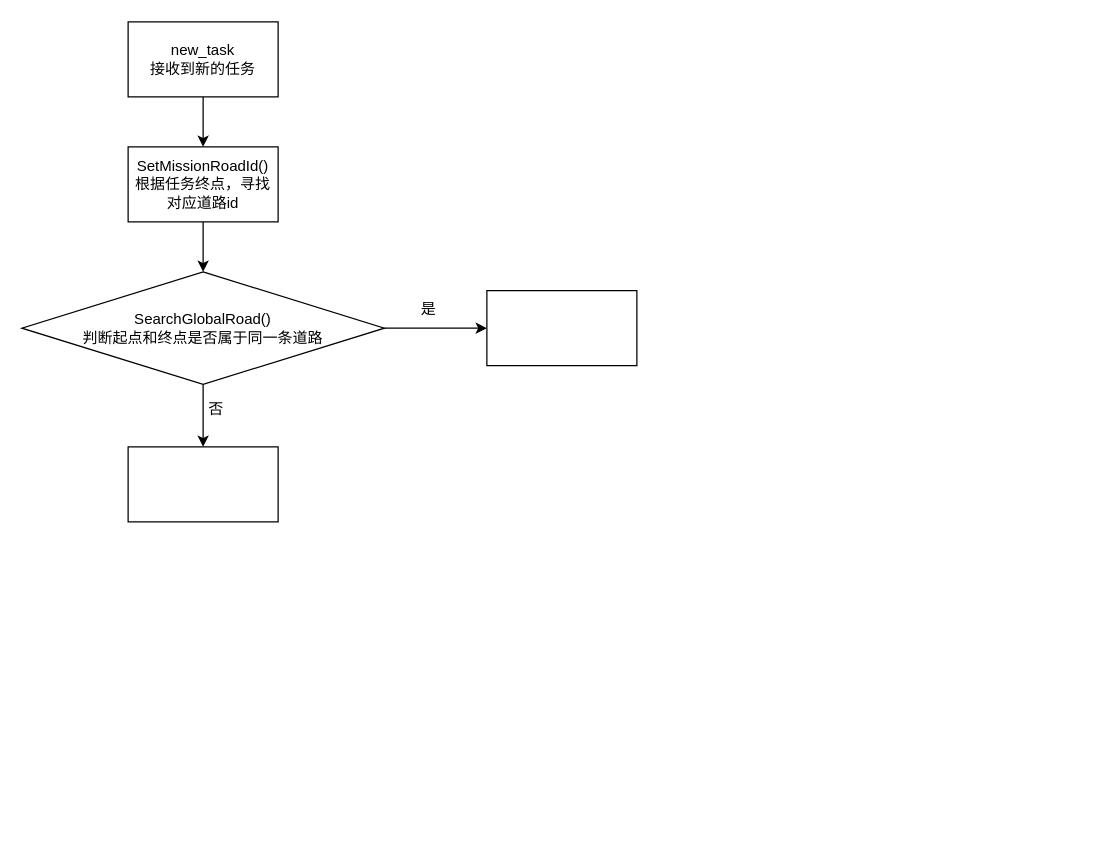
geerniya/draw_io keeps this draw.io diagram as mapengine2.drawio. Above is the earlier version. Source tidied: cells renumbered, new cells numbered last; positions are measured from the earlier drawing's top-left corner, leaving out a move shared by most shapes. Both pictures are drawn from the tidied source at 125%, with x=0, y=0 at pixel (21, 21).
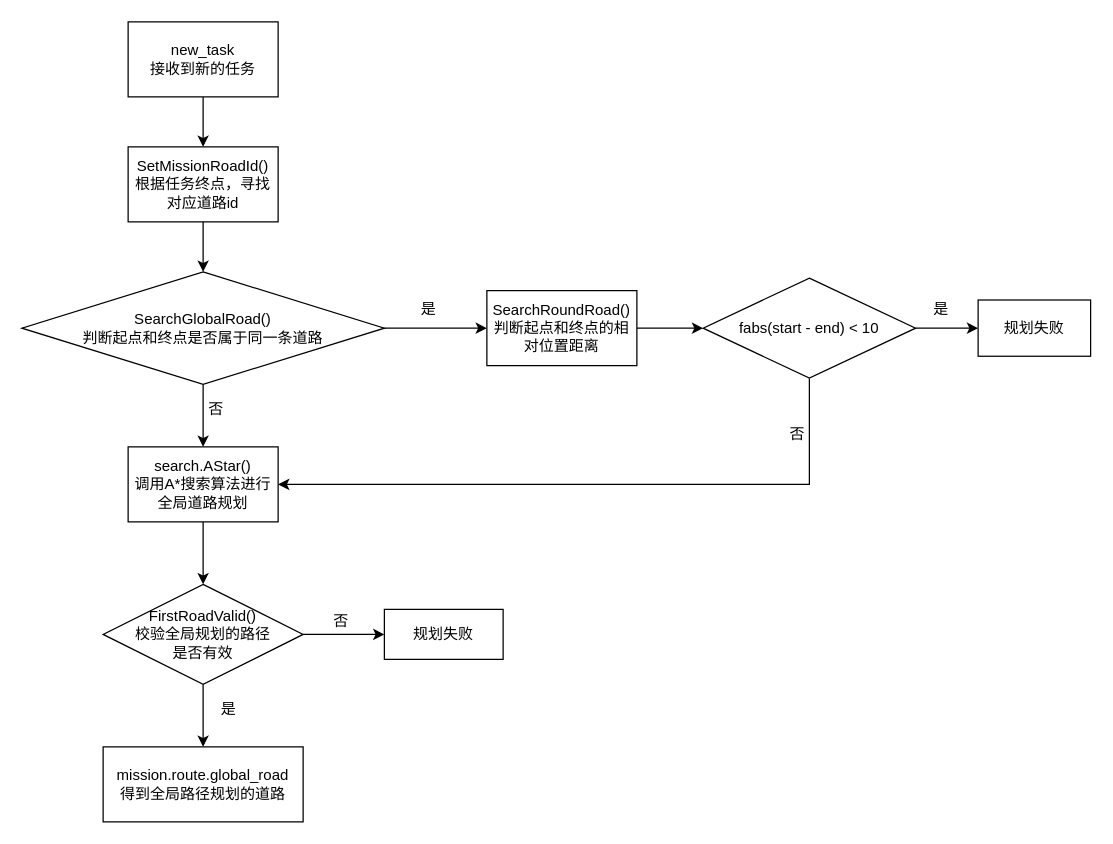
The same page after the edit.

Diff of the diagram source:
```diff
@@
+    <mxCell id="13" style="edgeStyle=orthogonalEdgeStyle;rounded=0;jettySize=auto;html=1;" parent="1" edge="1" source="9" target="23">
+      <mxGeometry relative="1" as="geometry" />
+    </mxCell>
-    <mxCell id="9" style="whiteSpace=wrap;html=1;" parent="1" vertex="1">
+    <mxCell id="9" value="&lt;div&gt;search.AStar()&lt;/div&gt;&lt;div&gt;调用A*搜索算法进行全局道路规划&lt;br&gt;&lt;/div&gt;" style="whiteSpace=wrap;html=1;" parent="1" vertex="1">
       <mxGeometry x="85" y="340" width="120" height="60" as="geometry" />
     </mxCell>
+    <mxCell id="14" style="edgeStyle=orthogonalEdgeStyle;rounded=0;jettySize=auto;html=1;" parent="1" edge="1" source="10" target="17">
+      <mxGeometry relative="1" as="geometry" />
+    </mxCell>
-    <mxCell id="10" style="whiteSpace=wrap;html=1;" parent="1" vertex="1">
+    <mxCell id="10" value="&lt;div&gt;SearchRoundRoad()&lt;/div&gt;&lt;div&gt;判断起点和终点的相对位置距离&lt;br&gt;&lt;/div&gt;" style="whiteSpace=wrap;html=1;" parent="1" vertex="1">
       <mxGeometry x="372" y="215" width="120" height="60" as="geometry" />
     </mxCell>
@@
+    <mxCell id="15" style="edgeStyle=orthogonalEdgeStyle;rounded=0;jettySize=auto;html=1;" parent="1" edge="1" source="17" target="18">
+      <mxGeometry relative="1" as="geometry" />
+    </mxCell>
+    <mxCell id="16" style="edgeStyle=orthogonalEdgeStyle;rounded=0;jettySize=auto;html=1;entryX=1;entryY=0.5;entryDx=0;entryDy=0;" parent="1" edge="1" source="17" target="9">
+      <mxGeometry relative="1" as="geometry">
+        <Array as="points">
+          <mxPoint x="630" y="370" />
+        </Array>
+      </mxGeometry>
+    </mxCell>
+    <mxCell id="17" value="fabs(start - end) &amp;lt; 10" style="rhombus;whiteSpace=wrap;html=1;" parent="1" vertex="1">
+      <mxGeometry x="545" y="205" width="170" height="80" as="geometry" />
+    </mxCell>
+    <mxCell id="18" value="规划失败" style="whiteSpace=wrap;html=1;" parent="1" vertex="1">
+      <mxGeometry x="765" y="222.5" width="90" height="45" as="geometry" />
+    </mxCell>
+    <mxCell id="19" value="是" style="text;html=1;align=center;verticalAlign=middle;strokeColor=none;fillColor=none;" parent="1" vertex="1">
+      <mxGeometry x="720" y="220" width="30" height="20" as="geometry" />
+    </mxCell>
+    <mxCell id="20" value="否" style="text;html=1;align=center;verticalAlign=middle;strokeColor=none;fillColor=none;" parent="1" vertex="1">
+      <mxGeometry x="605" y="320" width="30" height="20" as="geometry" />
+    </mxCell>
+    <mxCell id="21" style="edgeStyle=orthogonalEdgeStyle;rounded=0;jettySize=auto;html=1;" parent="1" edge="1" source="23" target="24">
+      <mxGeometry relative="1" as="geometry" />
+    </mxCell>
+    <mxCell id="22" style="edgeStyle=orthogonalEdgeStyle;rounded=0;jettySize=auto;html=1;" parent="1" edge="1" source="23" target="26">
+      <mxGeometry relative="1" as="geometry" />
+    </mxCell>
+    <mxCell id="23" value="&lt;div&gt;FirstRoadValid()&lt;/div&gt;&lt;div&gt;校验全局规划的路径&lt;/div&gt;&lt;div&gt;是否有效&lt;br&gt;&lt;/div&gt;" style="rhombus;whiteSpace=wrap;html=1;" parent="1" vertex="1">
+      <mxGeometry x="65" y="450" width="160" height="80" as="geometry" />
+    </mxCell>
+    <mxCell id="24" value="&lt;div&gt;mission.route.global_road&lt;/div&gt;&lt;div&gt;得到全局路径规划的道路&lt;br&gt;&lt;/div&gt;" style="whiteSpace=wrap;html=1;" parent="1" vertex="1">
+      <mxGeometry x="65" y="580" width="160" height="60" as="geometry" />
+    </mxCell>
+    <mxCell id="25" value="是" style="text;html=1;align=center;verticalAlign=middle;strokeColor=none;fillColor=none;" parent="1" vertex="1">
+      <mxGeometry x="150" y="540" width="30" height="20" as="geometry" />
+    </mxCell>
+    <mxCell id="26" value="规划失败" style="whiteSpace=wrap;html=1;" parent="1" vertex="1">
+      <mxGeometry x="290" y="470" width="95" height="40" as="geometry" />
+    </mxCell>
+    <mxCell id="27" value="否" style="text;html=1;align=center;verticalAlign=middle;strokeColor=none;fillColor=none;" parent="1" vertex="1">
+      <mxGeometry x="240" y="470" width="30" height="20" as="geometry" />
+    </mxCell>
```
